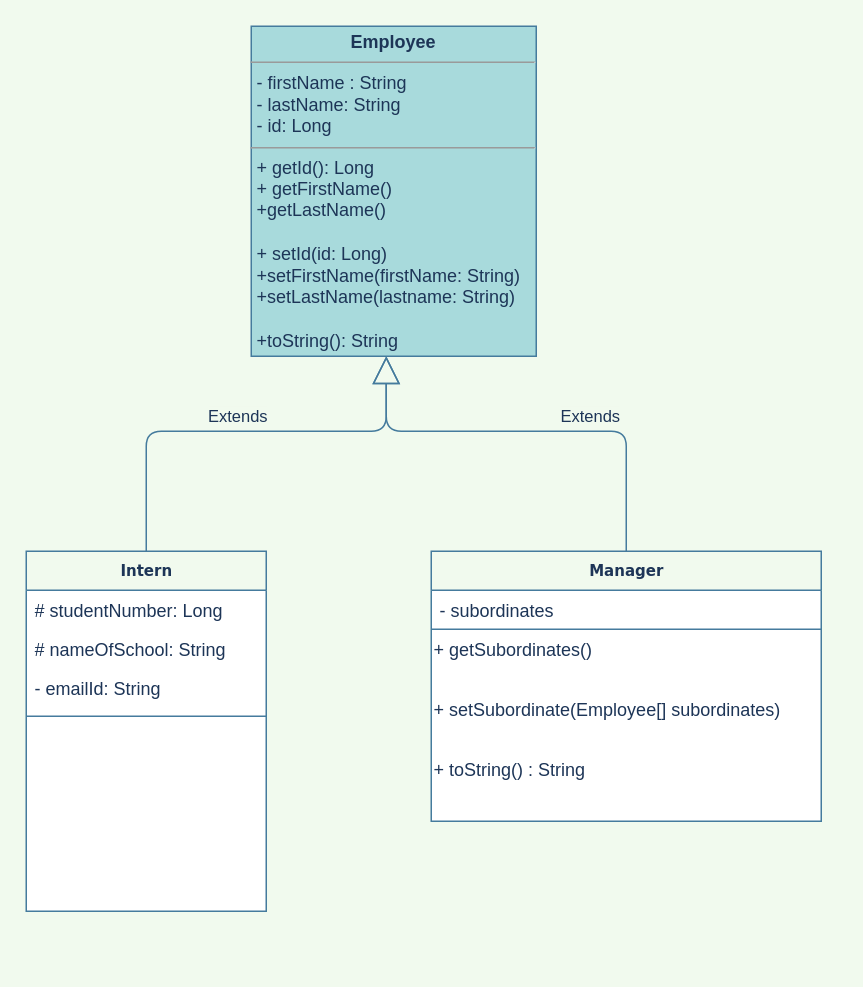
SilvinPradhan/CMPS415 keeps this draw.io diagram as classDiagram.drawio. Above is the earlier version. Source tidied: cells renumbered, new cells numbered last; positions are measured from the earlier drawing's top-left corner, leaving out a move shared by most shapes. Both pictures are drawn from the tidied source at 150%, with x=0, y=0 at pixel (26, 26).
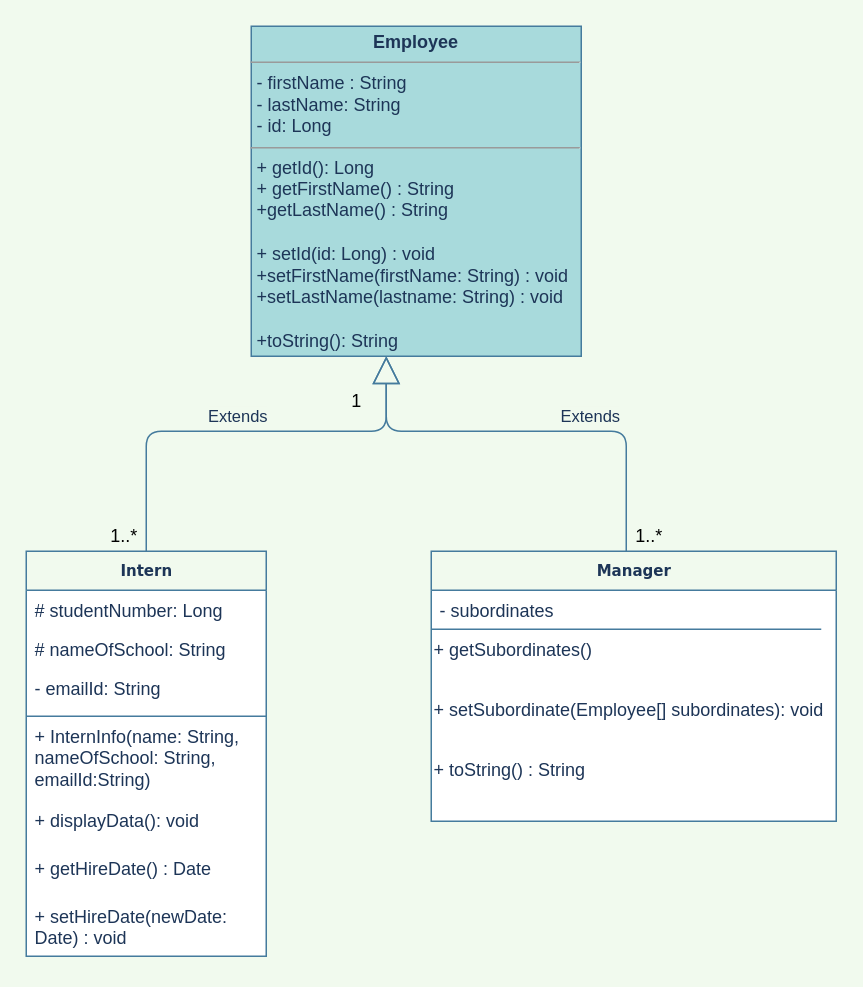
After the change.

Change to the diagram source:
```diff
@@
     <mxCell id="3" value="&lt;b&gt;Manager&lt;/b&gt;" style="swimlane;html=1;fontStyle=0;horizontal=1;startSize=26;fillColor=none;swimlaneFillColor=#ffffff;rounded=0;shadow=0;comic=0;labelBackgroundColor=none;strokeWidth=1;fontFamily=Verdana;fontSize=10;align=center;strokeColor=#457B9D;fontColor=#1D3557;" parent="1" vertex="1">
-      <mxGeometry x="270" y="350" width="260" height="180" as="geometry" />
+      <mxGeometry x="270" y="350" width="270" height="180" as="geometry" />
     </mxCell>
@@
     <mxCell id="5" value="- subordinates" style="text;html=1;strokeColor=none;fillColor=none;align=left;verticalAlign=top;spacingLeft=4;spacingRight=4;whiteSpace=wrap;overflow=hidden;fontColor=#1D3557;" parent="3" vertex="1">
-      <mxGeometry y="26" width="260" height="20" as="geometry" />
+      <mxGeometry y="26" width="270" height="20" as="geometry" />
     </mxCell>
     <mxCell id="6" value="+ getSubordinates()" style="text;html=1;strokeColor=none;fillColor=none;align=left;verticalAlign=middle;whiteSpace=wrap;rounded=0;sketch=0;fontColor=#1D3557;" parent="3" vertex="1">
-      <mxGeometry y="46" width="260" height="40" as="geometry" />
+      <mxGeometry y="46" width="270" height="40" as="geometry" />
     </mxCell>
-    <mxCell id="7" value="+ setSubordinate(Employee[] subordinates)" style="text;html=1;strokeColor=none;fillColor=none;align=left;verticalAlign=middle;whiteSpace=wrap;rounded=0;sketch=0;fontColor=#1D3557;" parent="3" vertex="1">
-      <mxGeometry y="86" width="260" height="40" as="geometry" />
+    <mxCell id="7" value="+ setSubordinate(Employee[] subordinates): void" style="text;html=1;strokeColor=none;fillColor=none;align=left;verticalAlign=middle;whiteSpace=wrap;rounded=0;sketch=0;fontColor=#1D3557;" parent="3" vertex="1">
+      <mxGeometry y="86" width="270" height="40" as="geometry" />
     </mxCell>
     <mxCell id="8" value="+ toString() : String" style="text;html=1;strokeColor=none;fillColor=none;align=left;verticalAlign=middle;whiteSpace=wrap;rounded=0;sketch=0;fontColor=#1D3557;" parent="3" vertex="1">
-      <mxGeometry y="126" width="260" height="40" as="geometry" />
+      <mxGeometry y="126" width="270" height="40" as="geometry" />
     </mxCell>
     <mxCell id="9" value="&lt;b&gt;Intern&lt;/b&gt;" style="swimlane;html=1;fontStyle=0;horizontal=1;startSize=26;fillColor=none;swimlaneFillColor=#ffffff;rounded=0;shadow=0;comic=0;labelBackgroundColor=none;strokeWidth=1;fontFamily=Verdana;fontSize=10;align=center;strokeColor=#457B9D;fontColor=#1D3557;" parent="1" vertex="1">
-      <mxGeometry y="350" width="160" height="240" as="geometry" />
+      <mxGeometry y="350" width="160" height="270" as="geometry" />
     </mxCell>
@@
+    <mxCell id="22" value="+ InternInfo(name: String, nameOfSchool: String, emailId:String)" style="text;html=1;strokeColor=none;fillColor=none;align=left;verticalAlign=top;spacingLeft=4;spacingRight=4;whiteSpace=wrap;overflow=hidden;fontColor=#1D3557;" parent="9" vertex="1">
+      <mxGeometry y="110" width="160" height="56" as="geometry" />
+    </mxCell>
+    <mxCell id="23" value="+ displayData(): void&lt;br&gt;" style="text;html=1;strokeColor=none;fillColor=none;align=left;verticalAlign=top;spacingLeft=4;spacingRight=4;whiteSpace=wrap;overflow=hidden;fontColor=#1D3557;" parent="9" vertex="1">
+      <mxGeometry y="166" width="160" height="32" as="geometry" />
+    </mxCell>
+    <mxCell id="24" value="+ getHireDate() : Date" style="text;html=1;strokeColor=none;fillColor=none;align=left;verticalAlign=top;spacingLeft=4;spacingRight=4;whiteSpace=wrap;overflow=hidden;fontColor=#1D3557;" parent="9" vertex="1">
+      <mxGeometry y="198" width="160" height="32" as="geometry" />
+    </mxCell>
+    <mxCell id="25" value="+ setHireDate(newDate: Date) : void" style="text;html=1;strokeColor=none;fillColor=none;align=left;verticalAlign=top;spacingLeft=4;spacingRight=4;whiteSpace=wrap;overflow=hidden;fontColor=#1D3557;" parent="9" vertex="1">
+      <mxGeometry y="230" width="160" height="40" as="geometry" />
+    </mxCell>
@@
-    <mxCell id="19" value="&lt;p style=&quot;margin: 0px ; margin-top: 4px ; text-align: center&quot;&gt;&lt;b&gt;Employee&lt;/b&gt;&lt;/p&gt;&lt;hr size=&quot;1&quot;&gt;&lt;p style=&quot;margin: 0px ; margin-left: 4px&quot;&gt;- firstName : String&lt;br&gt;- lastName: String&lt;/p&gt;&lt;p style=&quot;margin: 0px ; margin-left: 4px&quot;&gt;- id: Long&lt;/p&gt;&lt;hr size=&quot;1&quot;&gt;&lt;p style=&quot;margin: 0px ; margin-left: 4px&quot;&gt;+ getId(): Long&lt;/p&gt;&lt;p style=&quot;margin: 0px ; margin-left: 4px&quot;&gt;+ getFirstName()&lt;/p&gt;&lt;p style=&quot;margin: 0px ; margin-left: 4px&quot;&gt;+getLastName()&lt;/p&gt;&lt;p style=&quot;margin: 0px ; margin-left: 4px&quot;&gt;&lt;br&gt;&lt;/p&gt;&lt;p style=&quot;margin: 0px ; margin-left: 4px&quot;&gt;+ setId(id: Long)&lt;/p&gt;&lt;p style=&quot;margin: 0px ; margin-left: 4px&quot;&gt;+setFirstName(firstName: String)&lt;/p&gt;&lt;p style=&quot;margin: 0px ; margin-left: 4px&quot;&gt;+setLastName(lastname: String)&lt;/p&gt;&lt;p style=&quot;margin: 0px ; margin-left: 4px&quot;&gt;&lt;br&gt;&lt;/p&gt;&lt;p style=&quot;margin: 0px ; margin-left: 4px&quot;&gt;+toString(): String&lt;/p&gt;&lt;p style=&quot;margin: 0px ; margin-left: 4px&quot;&gt;&lt;br&gt;&lt;/p&gt;" style="verticalAlign=top;align=left;overflow=fill;fontSize=12;fontFamily=Helvetica;html=1;rounded=0;shadow=0;comic=0;labelBackgroundColor=none;strokeWidth=1;fillColor=#A8DADC;strokeColor=#457B9D;fontColor=#1D3557;" parent="1" vertex="1">
-      <mxGeometry x="150" width="190" height="220" as="geometry" />
+    <mxCell id="19" value="&lt;p style=&quot;margin: 0px ; margin-top: 4px ; text-align: center&quot;&gt;&lt;b&gt;Employee&lt;/b&gt;&lt;/p&gt;&lt;hr size=&quot;1&quot;&gt;&lt;p style=&quot;margin: 0px ; margin-left: 4px&quot;&gt;- firstName : String&lt;br&gt;- lastName: String&lt;/p&gt;&lt;p style=&quot;margin: 0px ; margin-left: 4px&quot;&gt;- id: Long&lt;/p&gt;&lt;hr size=&quot;1&quot;&gt;&lt;p style=&quot;margin: 0px ; margin-left: 4px&quot;&gt;+ getId(): Long&lt;/p&gt;&lt;p style=&quot;margin: 0px ; margin-left: 4px&quot;&gt;+ getFirstName() : String&lt;/p&gt;&lt;p style=&quot;margin: 0px ; margin-left: 4px&quot;&gt;+getLastName() : String&lt;/p&gt;&lt;p style=&quot;margin: 0px ; margin-left: 4px&quot;&gt;&lt;br&gt;&lt;/p&gt;&lt;p style=&quot;margin: 0px ; margin-left: 4px&quot;&gt;+ setId(id: Long) : void&lt;/p&gt;&lt;p style=&quot;margin: 0px ; margin-left: 4px&quot;&gt;+setFirstName(firstName: String) : void&lt;/p&gt;&lt;p style=&quot;margin: 0px ; margin-left: 4px&quot;&gt;+setLastName(lastname: String) : void&lt;/p&gt;&lt;p style=&quot;margin: 0px ; margin-left: 4px&quot;&gt;&lt;br&gt;&lt;/p&gt;&lt;p style=&quot;margin: 0px ; margin-left: 4px&quot;&gt;+toString(): String&lt;/p&gt;&lt;p style=&quot;margin: 0px ; margin-left: 4px&quot;&gt;&lt;br&gt;&lt;/p&gt;" style="verticalAlign=top;align=left;overflow=fill;fontSize=12;fontFamily=Helvetica;html=1;rounded=0;shadow=0;comic=0;labelBackgroundColor=none;strokeWidth=1;fillColor=#A8DADC;strokeColor=#457B9D;fontColor=#1D3557;" parent="1" vertex="1">
+      <mxGeometry x="150" width="220" height="220" as="geometry" />
     </mxCell>
@@
-    <mxCell id="21" value="Extends" style="endArrow=block;endSize=16;endFill=0;html=1;fillColor=#A8DADC;strokeColor=#457B9D;exitX=0.5;exitY=0;exitDx=0;exitDy=0;labelBackgroundColor=#F1FAEE;fontColor=#1D3557;" parent="1" edge="1" source="3">
+    <mxCell id="21" value="Extends" style="endArrow=block;endSize=16;endFill=0;html=1;fillColor=#A8DADC;strokeColor=#457B9D;labelBackgroundColor=#F1FAEE;fontColor=#1D3557;" parent="1" edge="1">
       <mxGeometry x="-0.28" y="-10" relative="1" as="geometry">
+        <mxPoint x="400" y="350" as="sourcePoint" />
         <mxPoint x="240" y="220" as="targetPoint" />
         <Array as="points">
           <mxPoint x="400" y="300" />
           <mxPoint x="400" y="270" />
           <mxPoint x="240" y="270" />
         </Array>
       </mxGeometry>
     </mxCell>
+    <mxCell id="26" value="1" style="text;html=1;align=center;verticalAlign=middle;" parent="1" vertex="1">
+      <mxGeometry x="210" y="240" width="20" height="20" as="geometry" />
+    </mxCell>
+    <mxCell id="27" value="1..*" style="text;html=1;align=center;verticalAlign=middle;" parent="1" vertex="1">
+      <mxGeometry x="50" y="330" width="30" height="20" as="geometry" />
+    </mxCell>
+    <mxCell id="28" value="1..*" style="text;html=1;align=center;verticalAlign=middle;" parent="1" vertex="1">
+      <mxGeometry x="400" y="330" width="30" height="20" as="geometry" />
+    </mxCell>
```
